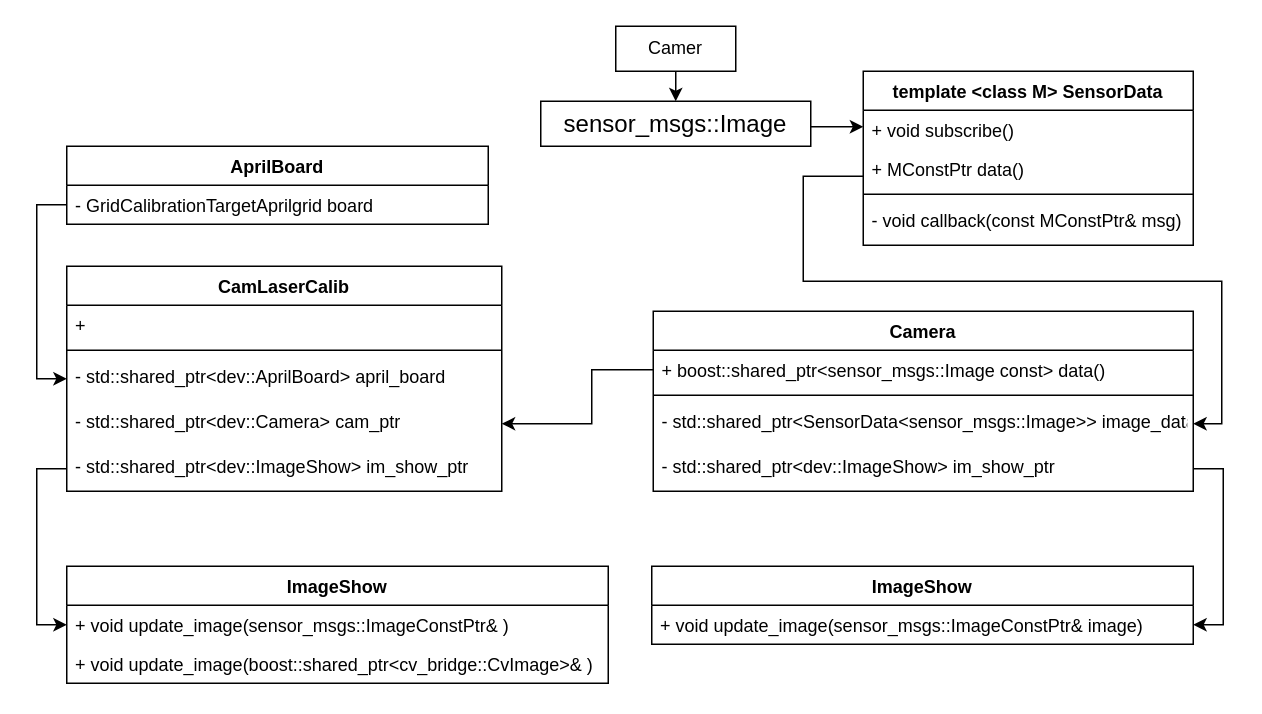
hardjet/robot_basic_tools keeps this draw.io diagram as doc/framework.drawio. Above is the earlier version. Source tidied: cells renumbered, new cells numbered last; positions are measured from the earlier drawing's top-left corner, leaving out a move shared by most shapes. Both pictures are drawn from the tidied source at 150%, with x=0, y=0 at pixel (36, 26).
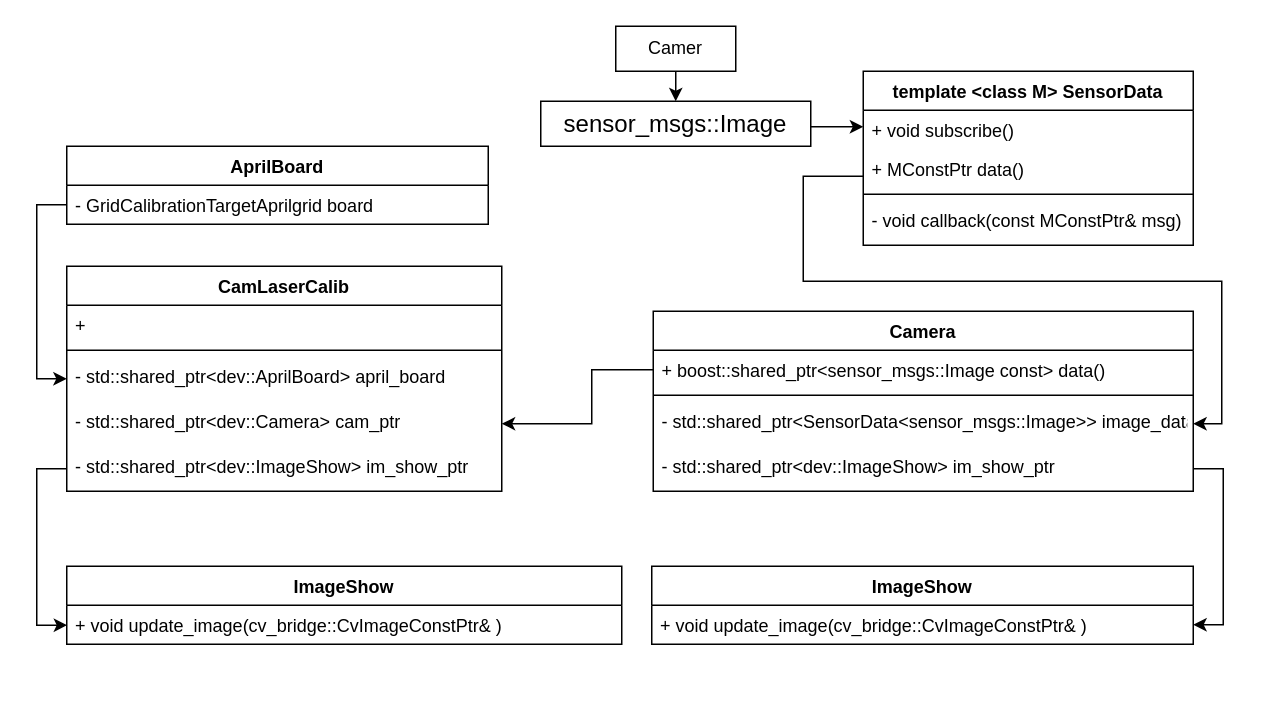
After the change.

The change refers to these unchanged cells:
```xml
<mxCell id="17" value="ImageShow" style="swimlane;fontStyle=1;align=center;verticalAlign=top;horizontal=1;startSize=26;" parent="1" vertex="1">
  <mxGeometry x="410" y="360" width="361" height="52" as="geometry" />
</mxCell>
<mxCell id="26" value="- std::shared_ptr&lt;dev::ImageShow&gt; im_show_ptr" style="text;strokeColor=none;fillColor=none;align=left;verticalAlign=top;spacingLeft=4;spacingRight=4;overflow=hidden;points=[[0,0.5],[1,0.5]];portConstraint=eastwest;" parent="21" vertex="1">
  <mxGeometry y="120" width="290" height="30" as="geometry" />
</mxCell>
```

Diff of the diagram source:
```diff
@@
-    <mxCell id="18" value="+ void update_image(sensor_msgs::ImageConstPtr&amp; image)&#10;" style="text;strokeColor=none;fillColor=none;align=left;verticalAlign=top;spacingLeft=4;spacingRight=4;overflow=hidden;points=[[0,0.5],[1,0.5]];portConstraint=eastwest;" parent="17" vertex="1">
+    <mxCell id="18" value="+ void update_image(cv_bridge::CvImageConstPtr&amp; )" style="text;strokeColor=none;fillColor=none;align=left;verticalAlign=top;spacingLeft=4;spacingRight=4;overflow=hidden;points=[[0,0.5],[1,0.5]];portConstraint=eastwest;" parent="17" vertex="1">
       <mxGeometry y="26" width="361" height="26" as="geometry" />
     </mxCell>
@@
     <mxCell id="27" value="ImageShow" style="swimlane;fontStyle=1;align=center;verticalAlign=top;horizontal=1;startSize=26;" parent="1" vertex="1">
-      <mxGeometry x="20" y="360" width="361" height="78" as="geometry" />
+      <mxGeometry x="20" y="360" width="370" height="52" as="geometry" />
     </mxCell>
-    <mxCell id="28" value="+ void update_image(sensor_msgs::ImageConstPtr&amp; )&#10;" style="text;strokeColor=none;fillColor=none;align=left;verticalAlign=top;spacingLeft=4;spacingRight=4;overflow=hidden;points=[[0,0.5],[1,0.5]];portConstraint=eastwest;" parent="27" vertex="1">
-      <mxGeometry y="26" width="361" height="26" as="geometry" />
-    </mxCell>
-    <mxCell id="29" value="+ void update_image(boost::shared_ptr&lt;cv_bridge::CvImage&gt;&amp; )" style="text;strokeColor=none;fillColor=none;align=left;verticalAlign=top;spacingLeft=4;spacingRight=4;overflow=hidden;" parent="27" vertex="1">
-      <mxGeometry y="52" width="361" height="26" as="geometry" />
+    <mxCell id="29" value="+ void update_image(cv_bridge::CvImageConstPtr&amp; )" style="text;strokeColor=none;fillColor=none;align=left;verticalAlign=top;spacingLeft=4;spacingRight=4;overflow=hidden;" parent="27" vertex="1">
+      <mxGeometry y="26" width="370" height="26" as="geometry" />
     </mxCell>
@@
-    <mxCell id="33" style="edgeStyle=orthogonalEdgeStyle;rounded=0;jettySize=auto;html=1;exitX=0;exitY=0.5;exitDx=0;exitDy=0;entryX=0;entryY=0.5;entryDx=0;entryDy=0;" parent="1" edge="1" source="26" target="28">
+    <mxCell id="33" style="edgeStyle=orthogonalEdgeStyle;rounded=0;jettySize=auto;html=1;exitX=0;exitY=0.5;exitDx=0;exitDy=0;entryX=0;entryY=0.5;entryDx=0;entryDy=0;" parent="1" edge="1" source="26">
       <mxGeometry relative="1" as="geometry">
+        <mxPoint x="20.3" y="399.3" as="targetPoint" />
         <Array as="points">
           <mxPoint y="295" />
           <mxPoint y="399" />
         </Array>
       </mxGeometry>
     </mxCell>
```
